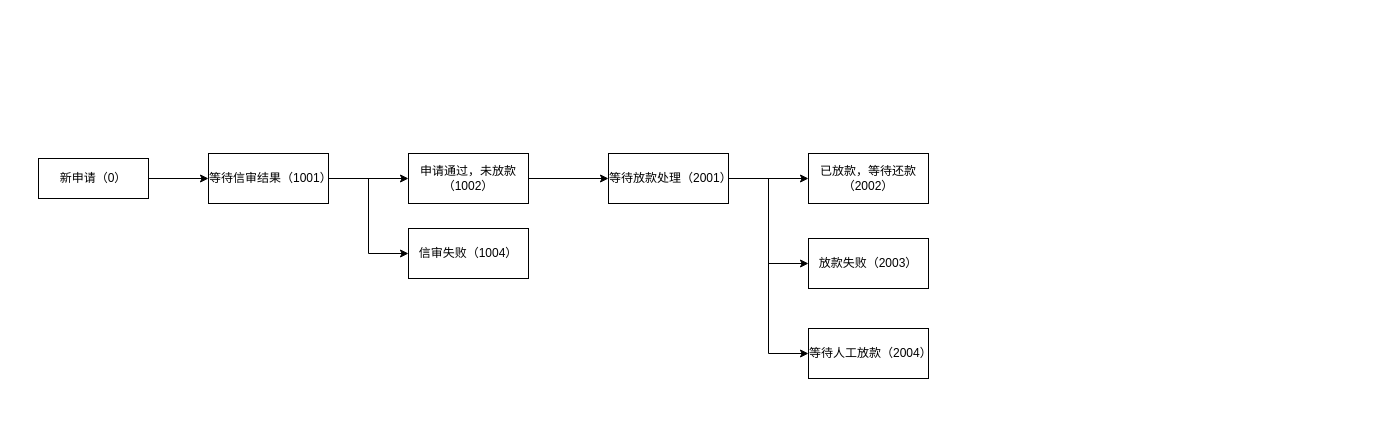
The draw.io diagram 借据状态.drawio in DongRuihua/draw, before the edit. Source tidied: cells renumbered, new cells numbered last; positions are measured from the earlier drawing's top-left corner, leaving out a move shared by most shapes. Both pictures are drawn from the tidied source at 100%, with x=0, y=0 at pixel (38, 153).
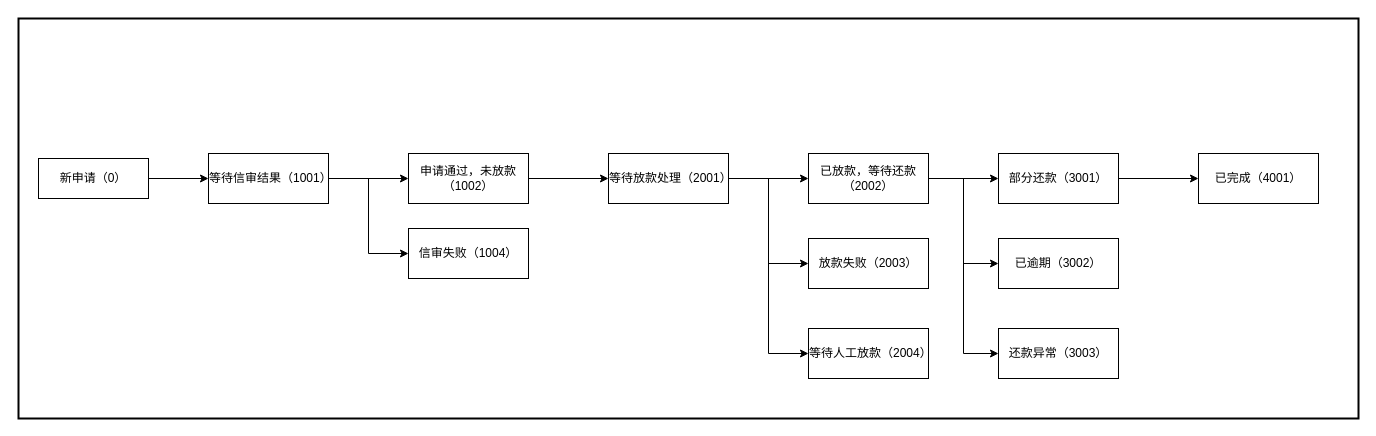
Above is the later version.

Commit message (it also covers changes not shown here):
更新借据状态.drawio

Unchanged cells that the change refers to:
```xml
<mxCell id="14" value="已放款，等待还款（2002）" style="whiteSpace=wrap;html=1;rounded=0;" parent="1" vertex="1">
  <mxGeometry x="770" width="120" height="50" as="geometry" />
</mxCell>
```

Change to the diagram source:
```diff
@@
+    <mxCell id="17" style="rounded=0;whiteSpace=wrap;html=1;fontSize=12;fillColor=none;strokeWidth=2;" parent="1" vertex="1">
+      <mxGeometry x="-20" y="-135" width="1340" height="400" as="geometry" />
+    </mxCell>
@@
+    <mxCell id="18" style="edgeStyle=orthogonalEdgeStyle;rounded=0;jettySize=auto;html=1;fontSize=12;" parent="1" edge="1" source="14" target="22">
+      <mxGeometry relative="1" as="geometry" />
+    </mxCell>
+    <mxCell id="19" style="edgeStyle=orthogonalEdgeStyle;rounded=0;jettySize=auto;html=1;entryX=0;entryY=0.5;entryDx=0;entryDy=0;fontSize=12;" parent="1" edge="1" source="14" target="23">
+      <mxGeometry relative="1" as="geometry" />
+    </mxCell>
+    <mxCell id="20" style="edgeStyle=orthogonalEdgeStyle;rounded=0;jettySize=auto;html=1;entryX=0;entryY=0.5;entryDx=0;entryDy=0;fontSize=12;" parent="1" edge="1" source="14" target="24">
+      <mxGeometry relative="1" as="geometry" />
+    </mxCell>
@@
+    <mxCell id="21" style="edgeStyle=orthogonalEdgeStyle;rounded=0;jettySize=auto;html=1;fontSize=12;" parent="1" edge="1" source="22" target="25">
+      <mxGeometry relative="1" as="geometry" />
+    </mxCell>
+    <mxCell id="22" value="部分还款（3001）" style="whiteSpace=wrap;html=1;rounded=0;fontSize=12;" parent="1" vertex="1">
+      <mxGeometry x="960" width="120" height="50" as="geometry" />
+    </mxCell>
+    <mxCell id="23" value="已逾期（3002）" style="whiteSpace=wrap;html=1;rounded=0;fontSize=12;" parent="1" vertex="1">
+      <mxGeometry x="960" y="85" width="120" height="50" as="geometry" />
+    </mxCell>
+    <mxCell id="24" value="还款异常（3003）" style="whiteSpace=wrap;html=1;rounded=0;fontSize=12;" parent="1" vertex="1">
+      <mxGeometry x="960" y="175" width="120" height="50" as="geometry" />
+    </mxCell>
+    <mxCell id="25" value="已完成（4001）" style="whiteSpace=wrap;html=1;rounded=0;fontSize=12;" parent="1" vertex="1">
+      <mxGeometry x="1160" width="120" height="50" as="geometry" />
+    </mxCell>
```
